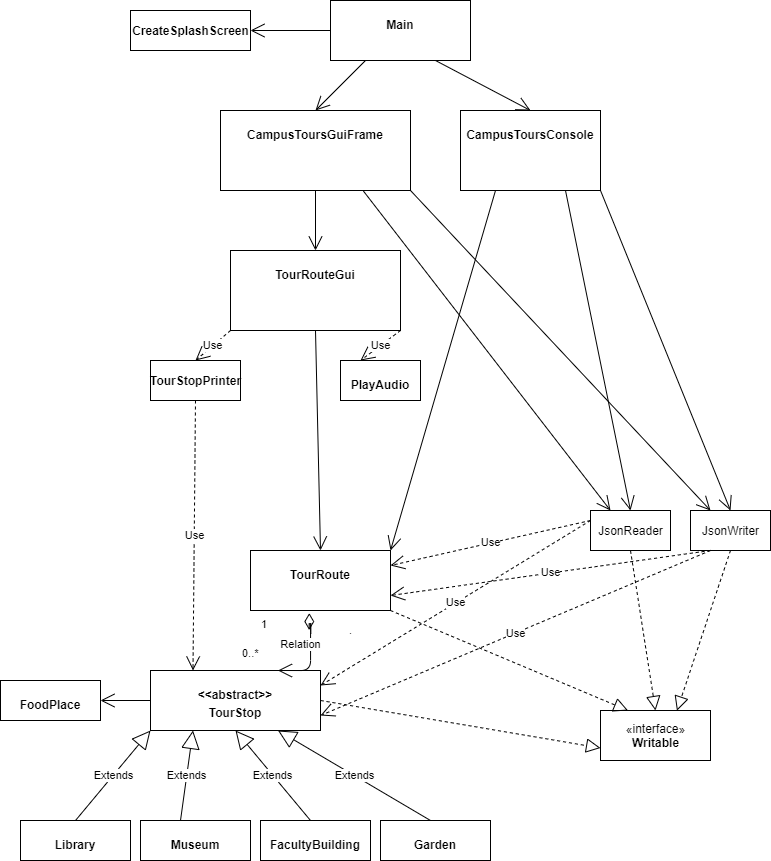
Earlier version of the draw.io export UML_Design_Diagram.png (hala201/CampusTours). Source tidied: cells renumbered, new cells last; positions are measured from the earlier drawing's top-left corner, leaving out a move shared by most shapes.
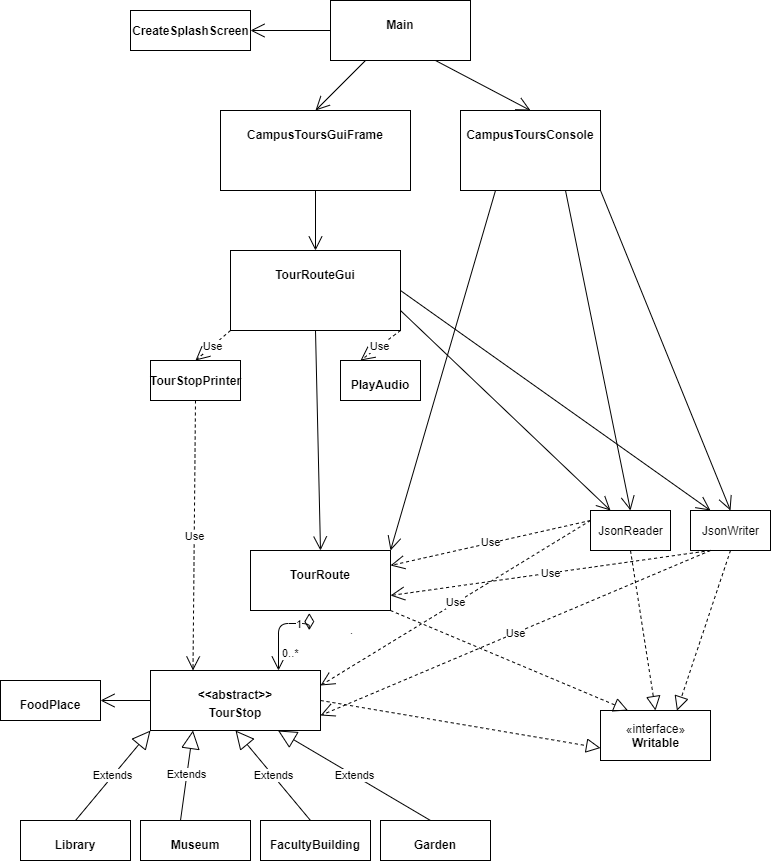
Later version of the same file.

Commit message:
Phase 4: Final Draft

What changed in the source:
```diff
@@ -44,23 +44,24 @@
     <mxCell id="13" style="endArrow=open;endFill=1;endSize=12;html=1;entryX=1;entryY=0.5;entryDx=0;entryDy=0;exitX=0;exitY=0.5;exitDx=0;exitDy=0;" parent="1" edge="1" source="2" target="3">
       <mxGeometry relative="1" as="geometry" />
     </mxCell>
-    <mxCell id="14" value="Relation" style="endArrow=open;html=1;endSize=12;startArrow=diamondThin;startSize=14;startFill=0;edgeStyle=orthogonalEdgeStyle;exitX=0.42;exitY=1.043;exitDx=0;exitDy=0;exitPerimeter=0;entryX=0.75;entryY=0;entryDx=0;entryDy=0;" parent="1" edge="1" source="8" target="2">
-      <mxGeometry x="-0.31" y="-10" relative="1" as="geometry">
+    <mxCell id="14" value="&lt;font color=&quot;#ffffff&quot;&gt;Relation&lt;/font&gt;" style="endArrow=open;html=1;endSize=12;startArrow=diamondThin;startSize=14;startFill=0;edgeStyle=orthogonalEdgeStyle;exitX=0.42;exitY=1.043;exitDx=0;exitDy=0;exitPerimeter=0;entryX=0.75;entryY=0;entryDx=0;entryDy=0;" parent="1" edge="1" source="8" target="2">
+      <mxGeometry x="-0.77" y="20" relative="1" as="geometry">
         <Array as="points">
-          <mxPoint x="310" y="623" />
-          <mxPoint x="310" y="670" />
+          <mxPoint x="309" y="623" />
+          <mxPoint x="278" y="623" />
+          <mxPoint x="278" y="670" />
         </Array>
-        <mxPoint y="1" as="offset" />
+        <mxPoint x="11" y="-3" as="offset" />
       </mxGeometry>
     </mxCell>
     <mxCell id="15" value="0..*" style="edgeLabel;html=1;align=left;verticalAlign=top;" parent="14" vertex="1">
       <mxGeometry x="-1" relative="1" as="geometry">
-        <mxPoint x="-69" y="27" as="offset" />
+        <mxPoint x="-29" y="27" as="offset" />
       </mxGeometry>
     </mxCell>
     <mxCell id="16" value="1" style="edgeLabel;html=1;align=right;verticalAlign=top;" parent="14" vertex="1">
       <mxGeometry x="1" relative="1" as="geometry">
-        <mxPoint x="-10" y="-59" as="offset" />
+        <mxPoint x="23" y="-59" as="offset" />
       </mxGeometry>
     </mxCell>
     <mxCell id="17" value="." style="edgeLabel;html=1;align=center;verticalAlign=middle;" parent="14" vertex="1">
@@ -143,10 +144,10 @@
     <mxCell id="42" style="endArrow=open;endFill=1;endSize=12;html=1;entryX=0.5;entryY=0;entryDx=0;entryDy=0;exitX=1;exitY=1;exitDx=0;exitDy=0;" parent="1" edge="1" source="32" target="22">
       <mxGeometry relative="1" as="geometry" />
     </mxCell>
-    <mxCell id="43" style="endArrow=open;endFill=1;endSize=12;html=1;exitX=1;exitY=1;exitDx=0;exitDy=0;entryX=0.25;entryY=0;entryDx=0;entryDy=0;" parent="1" edge="1" source="34" target="22">
+    <mxCell id="43" style="endArrow=open;endFill=1;endSize=12;html=1;exitX=1;exitY=0.5;exitDx=0;exitDy=0;entryX=0.25;entryY=0;entryDx=0;entryDy=0;" parent="1" edge="1" source="28" target="22">
       <mxGeometry relative="1" as="geometry" />
     </mxCell>
-    <mxCell id="44" style="endArrow=open;endFill=1;endSize=12;html=1;exitX=0.75;exitY=1;exitDx=0;exitDy=0;entryX=0.25;entryY=0;entryDx=0;entryDy=0;" parent="1" edge="1" source="34" target="21">
+    <mxCell id="44" style="endArrow=open;endFill=1;endSize=12;html=1;exitX=1;exitY=0.75;exitDx=0;exitDy=0;entryX=0.25;entryY=0;entryDx=0;entryDy=0;" parent="1" edge="1" source="28" target="21">
       <mxGeometry relative="1" as="geometry" />
     </mxCell>
     <mxCell id="45" value="Use" style="endArrow=open;endSize=12;dashed=1;html=1;entryX=1;entryY=0.25;entryDx=0;entryDy=0;exitX=0;exitY=0.25;exitDx=0;exitDy=0;" parent="1" edge="1" source="21" target="8">
```
